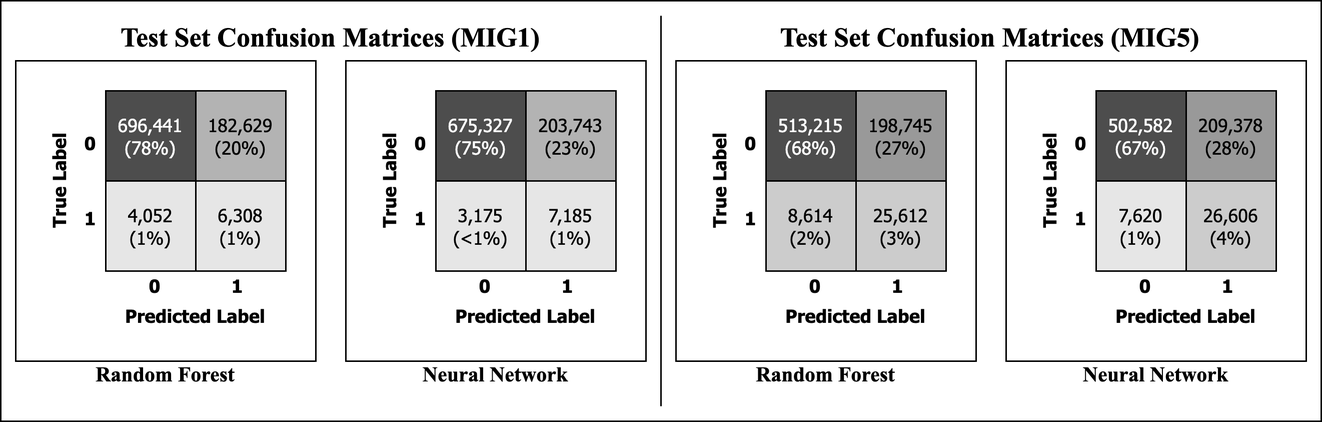
Before: assets/confusion-matrices.png, a diagram exported from draw.io (drewgjerstad/mozambique-migration-analysis). Source tidied: cells renumbered, new cells last; positions are measured from the earlier drawing's top-left corner, leaving out a move shared by most shapes.
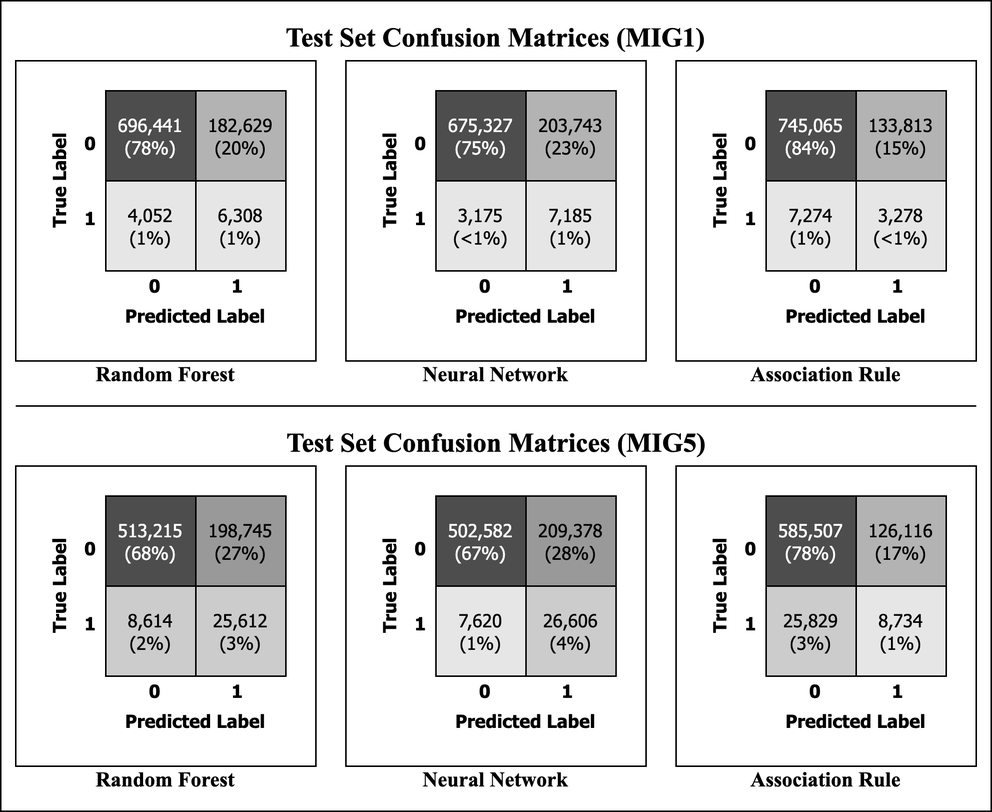
Later version of the same file.

Commit message:
Update confusion matrices

The edit, as a diff of the source:
```diff
@@ -3,12 +3,12 @@
     <mxCell id="0" />
     <mxCell id="1" parent="0" />
     <mxCell id="2" style="whiteSpace=wrap;html=1;" parent="1" vertex="1">
-      <mxGeometry x="1" width="880" height="280" as="geometry" />
+      <mxGeometry x="1" width="660" height="540" as="geometry" />
     </mxCell>
     <mxCell id="3" style="edgeStyle=none;html=1;endArrow=none;endFill=0;" parent="1" edge="1">
       <mxGeometry relative="1" as="geometry">
-        <mxPoint x="441" y="10" as="sourcePoint" />
-        <mxPoint x="441" y="270" as="targetPoint" />
+        <mxPoint x="11" y="270" as="sourcePoint" />
+        <mxPoint x="651" y="270" as="targetPoint" />
       </mxGeometry>
     </mxCell>
     <mxCell id="4" value="Random Forest" style="text;strokeColor=none;align=center;fillColor=none;html=1;verticalAlign=middle;whiteSpace=wrap;rounded=0;fontFamily=Times New Roman;fontSize=14;fontColor=default;labelBackgroundColor=none;fontStyle=1;" parent="1" vertex="1">
@@ -18,16 +18,16 @@
       <mxGeometry x="231" y="240" width="200" height="20" as="geometry" />
     </mxCell>
     <mxCell id="6" value="Test Set Confusion Matrices (MIG1)" style="text;strokeColor=none;align=center;fillColor=none;html=1;verticalAlign=middle;whiteSpace=wrap;rounded=0;fontFamily=Times New Roman;fontSize=18;fontColor=default;labelBackgroundColor=none;fontStyle=1;" parent="1" vertex="1">
-      <mxGeometry x="11" y="10" width="420" height="30" as="geometry" />
+      <mxGeometry x="121" y="10" width="420" height="30" as="geometry" />
     </mxCell>
     <mxCell id="7" value="Random Forest" style="text;strokeColor=none;align=center;fillColor=none;html=1;verticalAlign=middle;whiteSpace=wrap;rounded=0;fontFamily=Times New Roman;fontSize=14;fontColor=default;labelBackgroundColor=none;fontStyle=1;" parent="1" vertex="1">
-      <mxGeometry x="451" y="240" width="200" height="20" as="geometry" />
+      <mxGeometry x="11" y="510" width="200" height="20" as="geometry" />
     </mxCell>
     <mxCell id="8" value="Neural Network" style="text;strokeColor=none;align=center;fillColor=none;html=1;verticalAlign=middle;whiteSpace=wrap;rounded=0;fontFamily=Times New Roman;fontSize=14;fontColor=default;labelBackgroundColor=none;fontStyle=1;" parent="1" vertex="1">
-      <mxGeometry x="671" y="240" width="200" height="20" as="geometry" />
+      <mxGeometry x="231" y="510" width="200" height="20" as="geometry" />
     </mxCell>
     <mxCell id="9" value="Test Set Confusion Matrices (MIG5)" style="text;strokeColor=none;align=center;fillColor=none;html=1;verticalAlign=middle;whiteSpace=wrap;rounded=0;fontFamily=Times New Roman;fontSize=18;fontColor=default;labelBackgroundColor=none;fontStyle=1;" parent="1" vertex="1">
-      <mxGeometry x="450.3" y="10" width="420.7" height="30" as="geometry" />
+      <mxGeometry x="120.6" y="280" width="420.7" height="30" as="geometry" />
     </mxCell>
     <mxCell id="10" style="group;" parent="1" vertex="1">
       <mxGeometry x="11" y="40" width="200" height="200" as="geometry" />
@@ -114,7 +114,7 @@
       <mxGeometry x="41" y="60" width="60" height="60" as="geometry" />
     </mxCell>
     <mxCell id="38" style="group;" parent="1" vertex="1">
-      <mxGeometry x="451" y="40" width="200" height="200" as="geometry" />
+      <mxGeometry x="11" y="310" width="200" height="200" as="geometry" />
     </mxCell>
     <mxCell id="39" style="whiteSpace=wrap;html=1;" parent="38" vertex="1">
       <mxGeometry width="200" height="200" as="geometry" />
@@ -156,7 +156,7 @@
       <mxGeometry x="41" y="60" width="60" height="60" as="geometry" />
     </mxCell>
     <mxCell id="52" style="group;" parent="1" vertex="1">
-      <mxGeometry x="671" y="40" width="200" height="200" as="geometry" />
+      <mxGeometry x="231" y="310" width="200" height="200" as="geometry" />
     </mxCell>
     <mxCell id="53" style="whiteSpace=wrap;html=1;" parent="52" vertex="1">
       <mxGeometry width="200" height="200" as="geometry" />
@@ -197,5 +197,95 @@
     <mxCell id="65" value="&lt;font style=&quot;color: rgb(0, 0, 0);&quot;&gt;7,620&lt;/font&gt;&lt;div&gt;&lt;font style=&quot;color: rgb(0, 0, 0);&quot;&gt;(1%)&lt;/font&gt;&lt;/div&gt;" style="whiteSpace=wrap;html=1;fontFamily=Tahoma;fillColor=#E6E6E6;" parent="54" vertex="1">
       <mxGeometry x="41" y="60" width="60" height="60" as="geometry" />
     </mxCell>
+    <mxCell id="66" style="group;" parent="1" vertex="1">
+      <mxGeometry x="451" y="40" width="200" height="200" as="geometry" />
+    </mxCell>
+    <mxCell id="67" style="whiteSpace=wrap;html=1;" parent="66" vertex="1">
+      <mxGeometry width="200" height="200" as="geometry" />
+    </mxCell>
+    <mxCell id="68" style="group;" parent="66" vertex="1">
+      <mxGeometry x="19" y="20" width="161" height="160" as="geometry" />
+    </mxCell>
+    <mxCell id="69" value="True Label" style="text;strokeColor=none;align=center;fillColor=none;html=1;verticalAlign=middle;whiteSpace=wrap;rounded=0;rotation=-90;fontFamily=Tahoma;fontStyle=1;" parent="68" vertex="1">
+      <mxGeometry x="-30" y="50" width="80" height="20" as="geometry" />
+    </mxCell>
+    <mxCell id="70" value="Predicted Label" style="text;strokeColor=none;align=center;fillColor=none;html=1;verticalAlign=middle;whiteSpace=wrap;rounded=0;rotation=0;fontFamily=Tahoma;fontStyle=1;" parent="68" vertex="1">
+      <mxGeometry x="46" y="140" width="110" height="20" as="geometry" />
+    </mxCell>
+    <mxCell id="71" value="0" style="text;strokeColor=none;align=center;fillColor=none;html=1;verticalAlign=middle;whiteSpace=wrap;rounded=0;rotation=0;fontFamily=Tahoma;fontStyle=1;" parent="68" vertex="1">
+      <mxGeometry x="63.5" y="120" width="20" height="20" as="geometry" />
+    </mxCell>
+    <mxCell id="72" value="0" style="text;strokeColor=none;align=center;fillColor=none;html=1;verticalAlign=middle;whiteSpace=wrap;rounded=0;rotation=0;fontFamily=Tahoma;fontStyle=1;" parent="68" vertex="1">
+      <mxGeometry x="21" y="25" width="20" height="20" as="geometry" />
+    </mxCell>
+    <mxCell id="73" value="1" style="text;strokeColor=none;align=center;fillColor=none;html=1;verticalAlign=middle;whiteSpace=wrap;rounded=0;rotation=0;fontFamily=Tahoma;fontStyle=1;" parent="68" vertex="1">
+      <mxGeometry x="118.5" y="120" width="20" height="20" as="geometry" />
+    </mxCell>
+    <mxCell id="74" value="1" style="text;strokeColor=none;align=center;fillColor=none;html=1;verticalAlign=middle;whiteSpace=wrap;rounded=0;rotation=0;fontFamily=Tahoma;fontStyle=1;" parent="68" vertex="1">
+      <mxGeometry x="21" y="75" width="20" height="20" as="geometry" />
+    </mxCell>
+    <mxCell id="75" style="whiteSpace=wrap;html=1;" parent="68" vertex="1">
+      <mxGeometry x="41" width="120" height="120" as="geometry" />
+    </mxCell>
+    <mxCell id="76" value="745,065&lt;br&gt;&lt;div&gt;&lt;font style=&quot;color: rgb(255, 255, 255);&quot;&gt;(84%)&lt;/font&gt;&lt;/div&gt;" style="whiteSpace=wrap;html=1;fontFamily=Tahoma;fontColor=#FFFFFF;fillColor=#4D4D4D;" parent="68" vertex="1">
+      <mxGeometry x="41" width="60" height="60" as="geometry" />
+    </mxCell>
+    <mxCell id="77" value="&lt;font style=&quot;color: rgb(0, 0, 0);&quot;&gt;133,813&lt;/font&gt;&lt;div&gt;&lt;font style=&quot;color: rgb(0, 0, 0);&quot;&gt;(15%)&lt;/font&gt;&lt;/div&gt;" style="whiteSpace=wrap;html=1;fontFamily=Tahoma;fillColor=#B3B3B3;" parent="68" vertex="1">
+      <mxGeometry x="101" width="60" height="60" as="geometry" />
+    </mxCell>
+    <mxCell id="78" value="3,278&lt;br&gt;&lt;div&gt;&lt;font style=&quot;color: rgb(0, 0, 0);&quot;&gt;(&amp;lt;1%)&lt;/font&gt;&lt;/div&gt;" style="whiteSpace=wrap;html=1;fontFamily=Tahoma;fillColor=#E6E6E6;" parent="68" vertex="1">
+      <mxGeometry x="101" y="60" width="60" height="60" as="geometry" />
+    </mxCell>
+    <mxCell id="79" value="7,274&lt;br&gt;&lt;div&gt;&lt;font style=&quot;color: rgb(0, 0, 0);&quot;&gt;(1%)&lt;/font&gt;&lt;/div&gt;" style="whiteSpace=wrap;html=1;fontFamily=Tahoma;fillColor=#E6E6E6;" parent="68" vertex="1">
+      <mxGeometry x="41" y="60" width="60" height="60" as="geometry" />
+    </mxCell>
+    <mxCell id="80" style="group;" parent="1" vertex="1">
+      <mxGeometry x="451" y="310" width="200" height="200" as="geometry" />
+    </mxCell>
+    <mxCell id="81" style="whiteSpace=wrap;html=1;" parent="80" vertex="1">
+      <mxGeometry width="200" height="200" as="geometry" />
+    </mxCell>
+    <mxCell id="82" style="group;" parent="80" vertex="1">
+      <mxGeometry x="19" y="20" width="161" height="160" as="geometry" />
+    </mxCell>
+    <mxCell id="83" value="True Label" style="text;strokeColor=none;align=center;fillColor=none;html=1;verticalAlign=middle;whiteSpace=wrap;rounded=0;rotation=-90;fontFamily=Tahoma;fontStyle=1;" parent="82" vertex="1">
+      <mxGeometry x="-30" y="50" width="80" height="20" as="geometry" />
+    </mxCell>
+    <mxCell id="84" value="Predicted Label" style="text;strokeColor=none;align=center;fillColor=none;html=1;verticalAlign=middle;whiteSpace=wrap;rounded=0;rotation=0;fontFamily=Tahoma;fontStyle=1;" parent="82" vertex="1">
+      <mxGeometry x="46" y="140" width="110" height="20" as="geometry" />
+    </mxCell>
+    <mxCell id="85" value="0" style="text;strokeColor=none;align=center;fillColor=none;html=1;verticalAlign=middle;whiteSpace=wrap;rounded=0;rotation=0;fontFamily=Tahoma;fontStyle=1;" parent="82" vertex="1">
+      <mxGeometry x="63.5" y="120" width="20" height="20" as="geometry" />
+    </mxCell>
+    <mxCell id="86" value="0" style="text;strokeColor=none;align=center;fillColor=none;html=1;verticalAlign=middle;whiteSpace=wrap;rounded=0;rotation=0;fontFamily=Tahoma;fontStyle=1;" parent="82" vertex="1">
+      <mxGeometry x="21" y="25" width="20" height="20" as="geometry" />
+    </mxCell>
+    <mxCell id="87" value="1" style="text;strokeColor=none;align=center;fillColor=none;html=1;verticalAlign=middle;whiteSpace=wrap;rounded=0;rotation=0;fontFamily=Tahoma;fontStyle=1;" parent="82" vertex="1">
+      <mxGeometry x="118.5" y="120" width="20" height="20" as="geometry" />
+    </mxCell>
+    <mxCell id="88" value="1" style="text;strokeColor=none;align=center;fillColor=none;html=1;verticalAlign=middle;whiteSpace=wrap;rounded=0;rotation=0;fontFamily=Tahoma;fontStyle=1;" parent="82" vertex="1">
+      <mxGeometry x="21" y="75" width="20" height="20" as="geometry" />
+    </mxCell>
+    <mxCell id="89" style="whiteSpace=wrap;html=1;" parent="82" vertex="1">
+      <mxGeometry x="41" width="120" height="120" as="geometry" />
+    </mxCell>
+    <mxCell id="90" value="&lt;font style=&quot;color: rgb(255, 255, 255);&quot;&gt;585,507&lt;/font&gt;&lt;div&gt;&lt;font style=&quot;color: rgb(255, 255, 255);&quot;&gt;(78%)&lt;/font&gt;&lt;/div&gt;" style="whiteSpace=wrap;html=1;fontFamily=Tahoma;fontColor=#FFFFFF;fillColor=#4D4D4D;" parent="82" vertex="1">
+      <mxGeometry x="41" width="60" height="60" as="geometry" />
+    </mxCell>
+    <mxCell id="91" value="&lt;font style=&quot;color: rgb(0, 0, 0);&quot;&gt;126,116&lt;/font&gt;&lt;div&gt;&lt;font style=&quot;color: rgb(0, 0, 0);&quot;&gt;(17%)&lt;/font&gt;&lt;/div&gt;" style="whiteSpace=wrap;html=1;fontFamily=Tahoma;fillColor=#B3B3B3;" parent="82" vertex="1">
+      <mxGeometry x="101" width="60" height="60" as="geometry" />
+    </mxCell>
+    <mxCell id="92" value="&lt;font style=&quot;color: rgb(0, 0, 0);&quot;&gt;8,734&lt;/font&gt;&lt;div&gt;&lt;font style=&quot;color: rgb(0, 0, 0);&quot;&gt;(1%)&lt;/font&gt;&lt;/div&gt;" style="whiteSpace=wrap;html=1;fontFamily=Tahoma;fillColor=#E6E6E6;" parent="82" vertex="1">
+      <mxGeometry x="101" y="60" width="60" height="60" as="geometry" />
+    </mxCell>
+    <mxCell id="93" value="25,829&lt;br&gt;&lt;div&gt;&lt;font style=&quot;color: rgb(0, 0, 0);&quot;&gt;(3%)&lt;/font&gt;&lt;/div&gt;" style="whiteSpace=wrap;html=1;fontFamily=Tahoma;fillColor=#CCCCCC;" parent="82" vertex="1">
+      <mxGeometry x="41" y="60" width="60" height="60" as="geometry" />
+    </mxCell>
+    <mxCell id="94" value="Association Rule" style="text;strokeColor=none;align=center;fillColor=none;html=1;verticalAlign=middle;whiteSpace=wrap;rounded=0;fontFamily=Times New Roman;fontSize=14;fontColor=default;labelBackgroundColor=none;fontStyle=1;" parent="1" vertex="1">
+      <mxGeometry x="451" y="240" width="200" height="20" as="geometry" />
+    </mxCell>
+    <mxCell id="95" value="Association Rule" style="text;strokeColor=none;align=center;fillColor=none;html=1;verticalAlign=middle;whiteSpace=wrap;rounded=0;fontFamily=Times New Roman;fontSize=14;fontColor=default;labelBackgroundColor=none;fontStyle=1;" parent="1" vertex="1">
+      <mxGeometry x="451" y="510" width="200" height="20" as="geometry" />
+    </mxCell>
   </root>
 </mxGraphModel>
```
